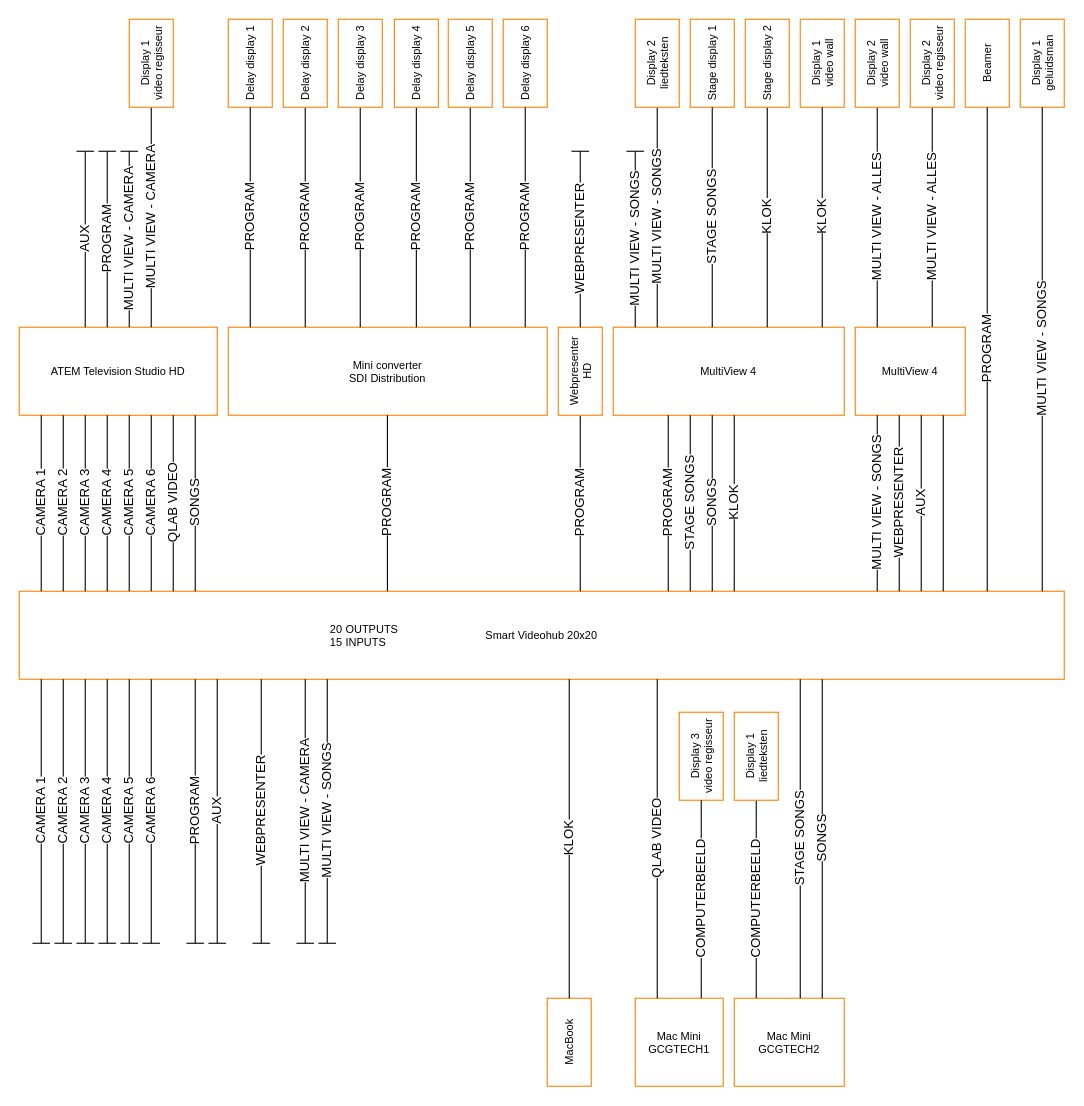
Earlier version of the draw.io diagram GCG Productie.drawio (martijnsmitt/production-schema). Source tidied: cells renumbered, new cells numbered last; positions are measured from the earlier drawing's top-left corner, leaving out a move shared by most shapes. Both pictures are drawn from the tidied source at 110%, with x=0, y=0 at pixel (19, 19).
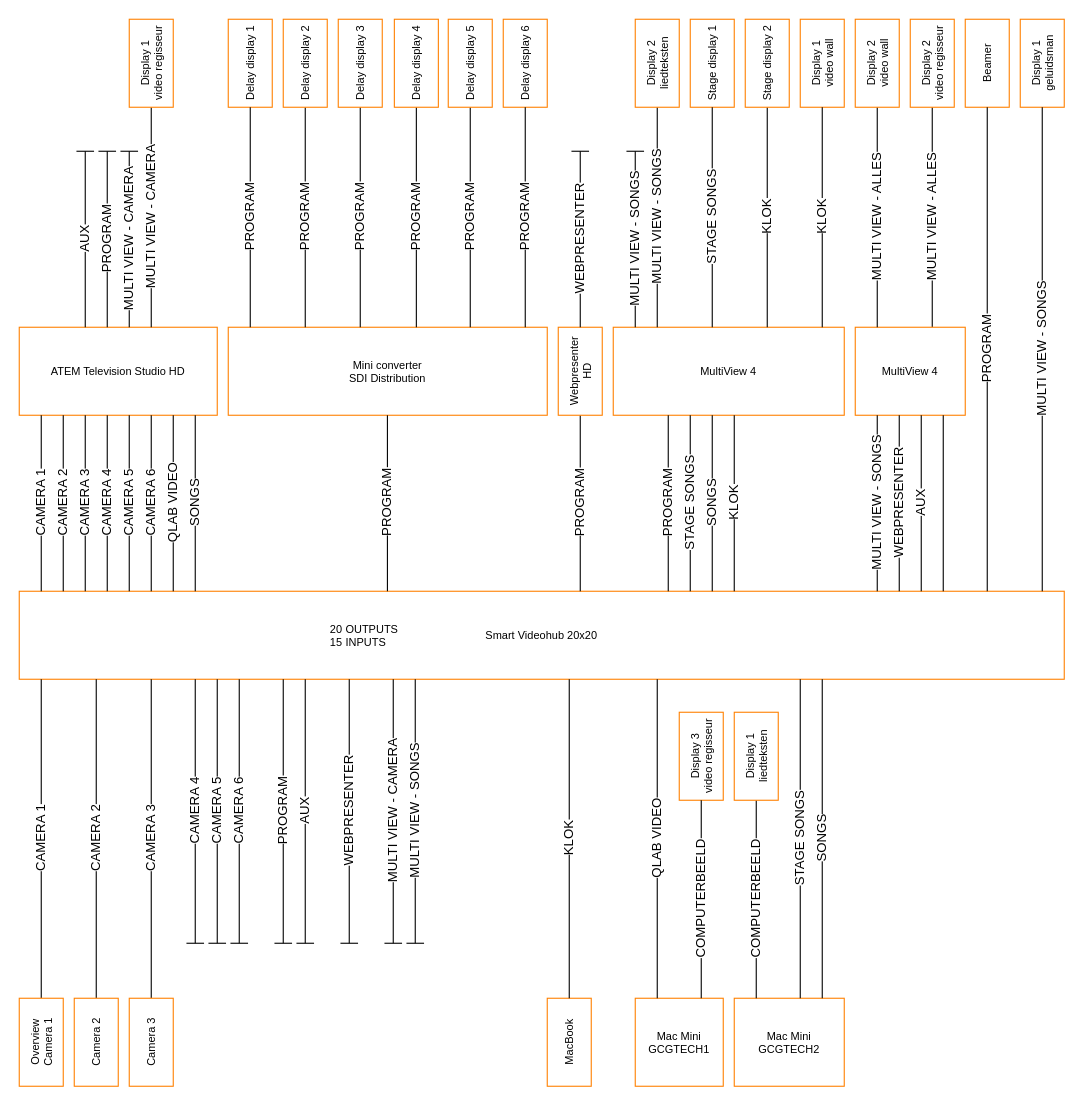
The same diagram, later.

Change to the diagram source:
```diff
@@
     <mxCell id="40" value="AUX" style="endArrow=none;html=1;rounded=0;fontSize=12;startSize=14;endSize=14;sourcePerimeterSpacing=8;targetPerimeterSpacing=8;horizontal=0;endFill=0;edgeStyle=orthogonalEdgeStyle;startArrow=baseDash;startFill=0;" parent="1" edge="1">
       <mxGeometry relative="1" as="geometry">
-        <mxPoint x="180" y="840" as="sourcePoint" />
-        <mxPoint x="180" y="600" as="targetPoint" />
+        <mxPoint x="260" y="840" as="sourcePoint" />
+        <mxPoint x="260" y="600" as="targetPoint" />
       </mxGeometry>
     </mxCell>
     <mxCell id="41" value="PROGRAM" style="endArrow=none;html=1;rounded=0;fontSize=12;startSize=14;endSize=14;sourcePerimeterSpacing=8;targetPerimeterSpacing=8;horizontal=0;endFill=0;edgeStyle=orthogonalEdgeStyle;startArrow=baseDash;startFill=0;" parent="1" edge="1">
       <mxGeometry relative="1" as="geometry">
-        <mxPoint x="160" y="840" as="sourcePoint" />
-        <mxPoint x="160" y="600" as="targetPoint" />
+        <mxPoint x="240" y="840" as="sourcePoint" />
+        <mxPoint x="240" y="600" as="targetPoint" />
       </mxGeometry>
     </mxCell>
     <mxCell id="42" value="MULTI VIEW - CAMERA" style="endArrow=none;html=1;rounded=0;fontSize=12;startSize=14;endSize=14;sourcePerimeterSpacing=8;targetPerimeterSpacing=8;horizontal=0;endFill=0;edgeStyle=orthogonalEdgeStyle;startArrow=baseDash;startFill=0;" parent="1" edge="1">
       <mxGeometry relative="1" as="geometry">
-        <mxPoint x="260" y="840" as="sourcePoint" />
-        <mxPoint x="260" y="600" as="targetPoint" />
+        <mxPoint x="340" y="840" as="sourcePoint" />
+        <mxPoint x="340" y="600" as="targetPoint" />
       </mxGeometry>
     </mxCell>
     <mxCell id="43" value="MULTI VIEW - SONGS" style="endArrow=none;html=1;rounded=0;fontSize=12;startSize=14;endSize=14;sourcePerimeterSpacing=8;targetPerimeterSpacing=8;horizontal=0;edgeStyle=orthogonalEdgeStyle;endFill=0;startArrow=baseDash;startFill=0;" parent="1" edge="1">
       <mxGeometry relative="1" as="geometry">
-        <mxPoint x="280" y="840" as="sourcePoint" />
-        <mxPoint x="280" y="600" as="targetPoint" />
+        <mxPoint x="360" y="840" as="sourcePoint" />
+        <mxPoint x="360" y="600" as="targetPoint" />
       </mxGeometry>
     </mxCell>
-    <mxCell id="44" value="CAMERA 1" style="endArrow=none;html=1;rounded=0;fontSize=12;startSize=14;endSize=14;sourcePerimeterSpacing=8;targetPerimeterSpacing=8;horizontal=0;edgeStyle=orthogonalEdgeStyle;endFill=0;startArrow=baseDash;startFill=0;" parent="1" edge="1">
+    <mxCell id="44" value="CAMERA 1" style="endArrow=none;html=1;rounded=0;fontSize=12;startSize=14;endSize=14;sourcePerimeterSpacing=8;targetPerimeterSpacing=8;horizontal=0;edgeStyle=orthogonalEdgeStyle;endFill=0;startArrow=none;startFill=0;" parent="1" edge="1">
       <mxGeometry relative="1" as="geometry">
-        <mxPoint x="20" y="840" as="sourcePoint" />
+        <mxPoint x="20" y="890" as="sourcePoint" />
         <mxPoint x="20" y="600" as="targetPoint" />
       </mxGeometry>
     </mxCell>
-    <mxCell id="45" value="CAMERA 2" style="endArrow=none;html=1;rounded=0;fontSize=12;startSize=14;endSize=14;sourcePerimeterSpacing=8;targetPerimeterSpacing=8;horizontal=0;edgeStyle=orthogonalEdgeStyle;endFill=0;startArrow=baseDash;startFill=0;" parent="1" edge="1">
+    <mxCell id="45" value="CAMERA 2" style="endArrow=none;html=1;rounded=0;fontSize=12;startSize=14;endSize=14;sourcePerimeterSpacing=8;targetPerimeterSpacing=8;horizontal=0;edgeStyle=orthogonalEdgeStyle;endFill=0;startArrow=none;startFill=0;" parent="1" edge="1">
       <mxGeometry relative="1" as="geometry">
-        <mxPoint x="40" y="840" as="sourcePoint" />
-        <mxPoint x="40" y="600" as="targetPoint" />
+        <mxPoint x="70" y="890" as="sourcePoint" />
+        <mxPoint x="70" y="600" as="targetPoint" />
       </mxGeometry>
     </mxCell>
-    <mxCell id="46" value="CAMERA 3" style="endArrow=none;html=1;rounded=0;fontSize=12;startSize=14;endSize=14;sourcePerimeterSpacing=8;targetPerimeterSpacing=8;horizontal=0;edgeStyle=orthogonalEdgeStyle;endFill=0;startArrow=baseDash;startFill=0;" parent="1" edge="1">
+    <mxCell id="46" value="CAMERA 3" style="endArrow=none;html=1;rounded=0;fontSize=12;startSize=14;endSize=14;sourcePerimeterSpacing=8;targetPerimeterSpacing=8;horizontal=0;edgeStyle=orthogonalEdgeStyle;endFill=0;startArrow=none;startFill=0;" parent="1" edge="1">
       <mxGeometry relative="1" as="geometry">
-        <mxPoint x="60" y="840" as="sourcePoint" />
-        <mxPoint x="60" y="600" as="targetPoint" />
+        <mxPoint x="120" y="890" as="sourcePoint" />
+        <mxPoint x="120" y="600" as="targetPoint" />
       </mxGeometry>
     </mxCell>
     <mxCell id="47" value="CAMERA 4" style="endArrow=none;html=1;rounded=0;fontSize=12;startSize=14;endSize=14;sourcePerimeterSpacing=8;targetPerimeterSpacing=8;horizontal=0;edgeStyle=orthogonalEdgeStyle;endFill=0;startArrow=baseDash;startFill=0;" parent="1" edge="1">
       <mxGeometry relative="1" as="geometry">
-        <mxPoint x="80" y="840" as="sourcePoint" />
-        <mxPoint x="80" y="600" as="targetPoint" />
+        <mxPoint x="160" y="840" as="sourcePoint" />
+        <mxPoint x="160" y="600" as="targetPoint" />
       </mxGeometry>
     </mxCell>
     <mxCell id="48" value="CAMERA 5" style="endArrow=none;html=1;rounded=0;fontSize=12;startSize=14;endSize=14;sourcePerimeterSpacing=8;targetPerimeterSpacing=8;horizontal=0;edgeStyle=orthogonalEdgeStyle;endFill=0;startArrow=baseDash;startFill=0;" parent="1" edge="1">
       <mxGeometry relative="1" as="geometry">
-        <mxPoint x="100" y="840" as="sourcePoint" />
-        <mxPoint x="100" y="600" as="targetPoint" />
+        <mxPoint x="180" y="840" as="sourcePoint" />
+        <mxPoint x="180" y="600" as="targetPoint" />
       </mxGeometry>
     </mxCell>
     <mxCell id="49" value="CAMERA 6" style="endArrow=none;html=1;rounded=0;fontSize=12;startSize=14;endSize=14;sourcePerimeterSpacing=8;targetPerimeterSpacing=8;horizontal=0;edgeStyle=orthogonalEdgeStyle;endFill=0;startArrow=baseDash;startFill=0;" parent="1" edge="1">
       <mxGeometry relative="1" as="geometry">
-        <mxPoint x="120" y="840" as="sourcePoint" />
-        <mxPoint x="120" y="600" as="targetPoint" />
+        <mxPoint x="200" y="840" as="sourcePoint" />
+        <mxPoint x="200" y="600" as="targetPoint" />
       </mxGeometry>
     </mxCell>
@@
     <mxCell id="52" value="WEBPRESENTER" style="endArrow=none;html=1;rounded=0;fontSize=12;startSize=14;endSize=14;sourcePerimeterSpacing=8;targetPerimeterSpacing=8;horizontal=0;edgeStyle=orthogonalEdgeStyle;endFill=0;startArrow=baseDash;startFill=0;" parent="1" edge="1">
       <mxGeometry relative="1" as="geometry">
-        <mxPoint x="220" y="840" as="sourcePoint" />
-        <mxPoint x="220" y="600" as="targetPoint" />
+        <mxPoint x="300" y="840" as="sourcePoint" />
+        <mxPoint x="300" y="600" as="targetPoint" />
       </mxGeometry>
     </mxCell>
@@
+    <mxCell id="85" value="Overview&lt;br&gt;Camera 1" style="rounded=0;whiteSpace=wrap;html=1;hachureGap=4;fontSize=10;strokeColor=#FF8000;horizontal=0;" parent="1" vertex="1">
+      <mxGeometry y="890" width="40" height="80" as="geometry" />
+    </mxCell>
+    <mxCell id="86" value="Camera 3" style="rounded=0;whiteSpace=wrap;html=1;hachureGap=4;fontSize=10;strokeColor=#FF8000;horizontal=0;" parent="1" vertex="1">
+      <mxGeometry x="100" y="890" width="40" height="80" as="geometry" />
+    </mxCell>
+    <mxCell id="87" value="Camera 2" style="rounded=0;whiteSpace=wrap;html=1;hachureGap=4;fontSize=10;strokeColor=#FF8000;horizontal=0;" parent="1" vertex="1">
+      <mxGeometry x="50" y="890" width="40" height="80" as="geometry" />
+    </mxCell>
```
